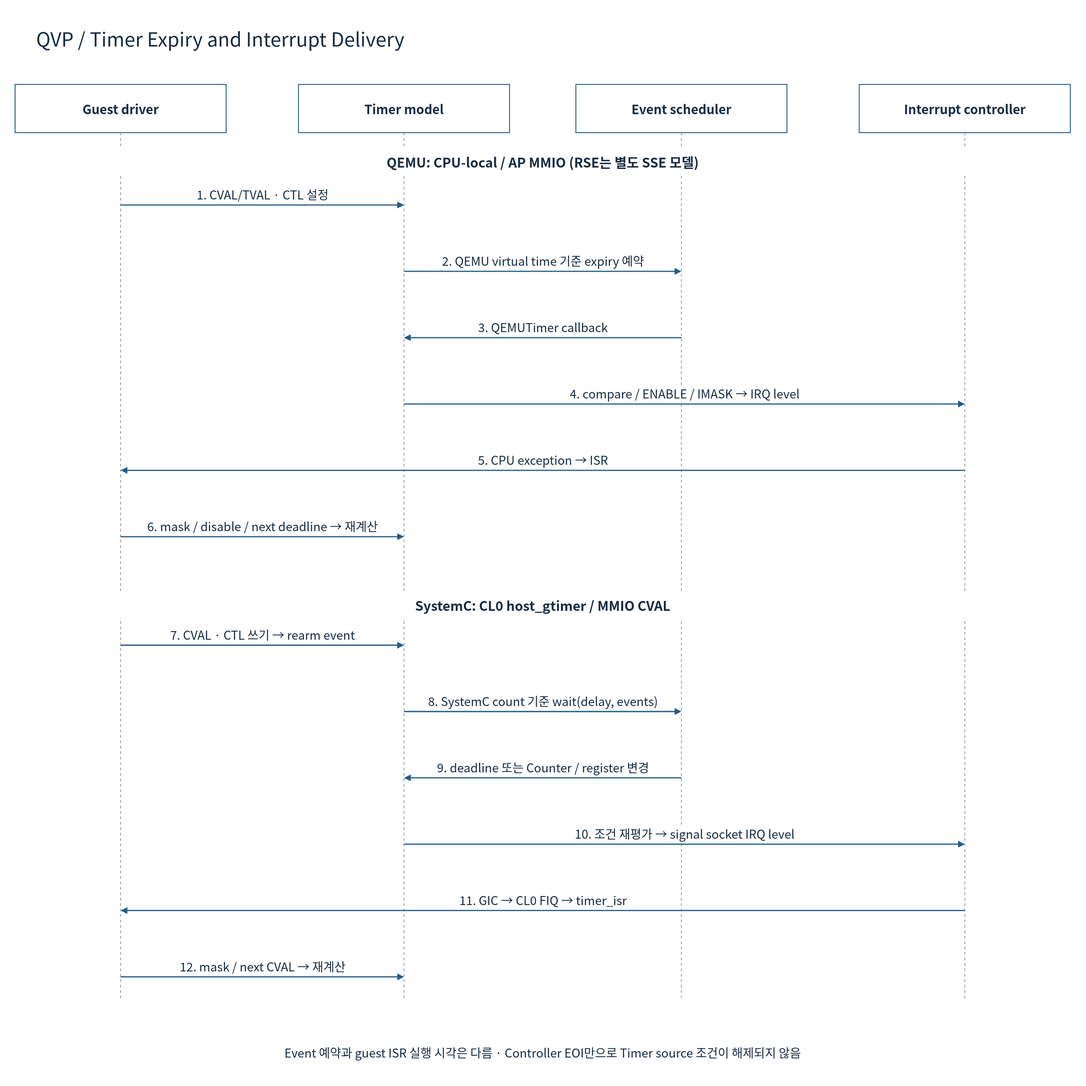
This is doc/phase1/timer/diagrams/03b-timer-expiry.drawio.svg from cometzero/project-apollo, a draw.io export, as it was before one commit. Source tidied: cells renumbered, new cells last; positions are measured from the earlier drawing's top-left corner, leaving out a move shared by most shapes.
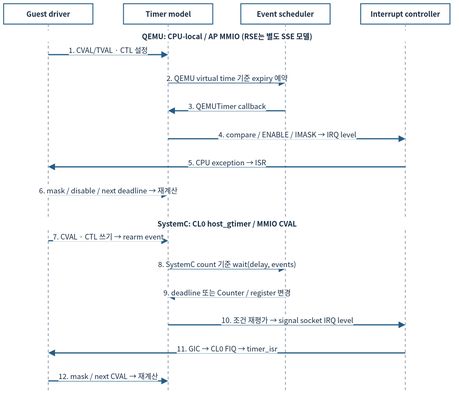
The same file after the commit.

The edit, as a diff of the source:
```diff
@@ -2,140 +2,131 @@
   <root>
     <mxCell id="0" />
     <mxCell id="1" parent="0" />
-    <mxCell id="2" style="rounded=0;whiteSpace=wrap;html=1;fillColor=#FFFFFF;strokeColor=none;strokeWidth=1.5;fontColor=#172C43;fontFamily=Noto Sans CJK KR;fontSize=22;spacing=10;" parent="1" vertex="1">
-      <mxGeometry width="1800" height="1800" as="geometry" />
-    </mxCell>
-    <mxCell id="3" value="QVP / Timer Expiry and Interrupt Delivery" style="rounded=0;whiteSpace=wrap;html=1;fillColor=#FFFFFF;strokeColor=none;strokeWidth=1.5;fontColor=#172C43;fontFamily=Noto Sans CJK KR;fontSize=22;spacing=10;fontSize=32;align=left;" parent="1" vertex="1">
-      <mxGeometry x="50" y="30" width="1700" height="65" as="geometry" />
-    </mxCell>
-    <mxCell id="4" value="Guest driver" style="rounded=0;whiteSpace=wrap;html=1;fillColor=#FFFFFF;strokeColor=#235D86;strokeWidth=1.5;fontColor=#172C43;fontFamily=Noto Sans CJK KR;fontSize=22;spacing=10;fontStyle=1;fontSize=21;" parent="1" vertex="1">
-      <mxGeometry x="25" y="140" width="350" height="80" as="geometry" />
+    <mxCell id="4" value="Guest driver" style="rounded=0;whiteSpace=wrap;html=1;fillColor=#FFFFFF;strokeColor=#235D86;strokeWidth=1.5;fontColor=#172C43;fontFamily=Noto Sans CJK KR;fontStyle=1;fontSize=12;spacing=3;whiteSpace=wrap;" parent="1" vertex="1">
+      <mxGeometry x="12" y="12" width="148" height="33.8" as="geometry" />
     </mxCell>
-    <mxCell id="5" style="endArrow=none;dashed=1;strokeColor=#94A3B8;strokeWidth=1.5;" parent="1" edge="1">
+    <mxCell id="5" style="endArrow=none;dashed=1;strokeColor=#94A3B8;strokeWidth=1.5;fontSize=12;spacing=3;whiteSpace=nowrap;" parent="1" edge="1">
       <mxGeometry relative="1" as="geometry">
-        <mxPoint x="200" y="220" as="sourcePoint" />
-        <mxPoint x="200" y="1660" as="targetPoint" />
+        <mxPoint x="86" y="45.8" as="sourcePoint" />
+        <mxPoint x="86" y="654.7" as="targetPoint" />
       </mxGeometry>
     </mxCell>
-    <mxCell id="6" value="Timer model" style="rounded=0;whiteSpace=wrap;html=1;fillColor=#FFFFFF;strokeColor=#235D86;strokeWidth=1.5;fontColor=#172C43;fontFamily=Noto Sans CJK KR;fontSize=22;spacing=10;fontStyle=1;fontSize=21;" parent="1" vertex="1">
-      <mxGeometry x="495" y="140" width="350" height="80" as="geometry" />
+    <mxCell id="6" value="Timer model" style="rounded=0;whiteSpace=wrap;html=1;fillColor=#FFFFFF;strokeColor=#235D86;strokeWidth=1.5;fontColor=#172C43;fontFamily=Noto Sans CJK KR;fontStyle=1;fontSize=12;spacing=3;whiteSpace=wrap;" parent="1" vertex="1">
+      <mxGeometry x="210.7" y="12" width="148" height="33.8" as="geometry" />
     </mxCell>
-    <mxCell id="7" style="endArrow=none;dashed=1;strokeColor=#94A3B8;strokeWidth=1.5;" parent="1" edge="1">
+    <mxCell id="7" style="endArrow=none;dashed=1;strokeColor=#94A3B8;strokeWidth=1.5;fontSize=12;spacing=3;whiteSpace=nowrap;" parent="1" edge="1">
       <mxGeometry relative="1" as="geometry">
-        <mxPoint x="670" y="220" as="sourcePoint" />
-        <mxPoint x="670" y="1660" as="targetPoint" />
+        <mxPoint x="284.7" y="45.8" as="sourcePoint" />
+        <mxPoint x="284.7" y="654.7" as="targetPoint" />
       </mxGeometry>
     </mxCell>
-    <mxCell id="8" value="Event scheduler" style="rounded=0;whiteSpace=wrap;html=1;fillColor=#FFFFFF;strokeColor=#235D86;strokeWidth=1.5;fontColor=#172C43;fontFamily=Noto Sans CJK KR;fontSize=22;spacing=10;fontStyle=1;fontSize=21;" parent="1" vertex="1">
-      <mxGeometry x="955" y="140" width="350" height="80" as="geometry" />
+    <mxCell id="8" value="Event scheduler" style="rounded=0;whiteSpace=wrap;html=1;fillColor=#FFFFFF;strokeColor=#235D86;strokeWidth=1.5;fontColor=#172C43;fontFamily=Noto Sans CJK KR;fontStyle=1;fontSize=12;spacing=3;whiteSpace=wrap;" parent="1" vertex="1">
+      <mxGeometry x="405.3" y="12" width="148" height="33.8" as="geometry" />
     </mxCell>
-    <mxCell id="9" style="endArrow=none;dashed=1;strokeColor=#94A3B8;strokeWidth=1.5;" parent="1" edge="1">
+    <mxCell id="9" style="endArrow=none;dashed=1;strokeColor=#94A3B8;strokeWidth=1.5;fontSize=12;spacing=3;whiteSpace=nowrap;" parent="1" edge="1">
       <mxGeometry relative="1" as="geometry">
-        <mxPoint x="1130" y="220" as="sourcePoint" />
-        <mxPoint x="1130" y="1660" as="targetPoint" />
+        <mxPoint x="479.3" y="45.8" as="sourcePoint" />
+        <mxPoint x="479.3" y="654.7" as="targetPoint" />
       </mxGeometry>
     </mxCell>
-    <mxCell id="10" value="Interrupt controller" style="rounded=0;whiteSpace=wrap;html=1;fillColor=#FFFFFF;strokeColor=#235D86;strokeWidth=1.5;fontColor=#172C43;fontFamily=Noto Sans CJK KR;fontSize=22;spacing=10;fontStyle=1;fontSize=21;" parent="1" vertex="1">
-      <mxGeometry x="1425" y="140" width="350" height="80" as="geometry" />
+    <mxCell id="10" value="Interrupt controller" style="rounded=0;whiteSpace=wrap;html=1;fillColor=#FFFFFF;strokeColor=#235D86;strokeWidth=1.5;fontColor=#172C43;fontFamily=Noto Sans CJK KR;fontStyle=1;fontSize=12;spacing=3;whiteSpace=wrap;" parent="1" vertex="1">
+      <mxGeometry x="604" y="12" width="148" height="33.8" as="geometry" />
     </mxCell>
-    <mxCell id="11" style="endArrow=none;dashed=1;strokeColor=#94A3B8;strokeWidth=1.5;" parent="1" edge="1">
+    <mxCell id="11" style="endArrow=none;dashed=1;strokeColor=#94A3B8;strokeWidth=1.5;fontSize=12;spacing=3;whiteSpace=nowrap;" parent="1" edge="1">
       <mxGeometry relative="1" as="geometry">
-        <mxPoint x="1600" y="220" as="sourcePoint" />
-        <mxPoint x="1600" y="1660" as="targetPoint" />
+        <mxPoint x="678" y="45.8" as="sourcePoint" />
+        <mxPoint x="678" y="654.7" as="targetPoint" />
       </mxGeometry>
     </mxCell>
-    <mxCell id="12" value="QEMU: CPU-local / AP MMIO (RSE는 별도 SSE 모델)" style="rounded=0;whiteSpace=wrap;html=1;fillColor=#FFFFFF;strokeColor=none;strokeWidth=1.5;fontColor=#172C43;fontFamily=Noto Sans CJK KR;fontSize=22;spacing=10;fontStyle=1;" parent="1" vertex="1">
-      <mxGeometry x="50" y="245" width="1700" height="45" as="geometry" />
+    <mxCell id="12" value="QEMU: CPU-local / AP MMIO (RSE는 별도 SSE 모델)" style="rounded=0;whiteSpace=wrap;html=1;fillColor=#FFFFFF;strokeColor=none;strokeWidth=1.5;fontColor=#172C43;fontFamily=Noto Sans CJK KR;fontStyle=1;fontSize=12;spacing=3;whiteSpace=wrap;" parent="1" vertex="1">
+      <mxGeometry x="22.6" y="56.4" width="718.9" height="19" as="geometry" />
     </mxCell>
-    <mxCell id="13" value="1. CVAL/TVAL · CTL 설정" style="edgeStyle=none;html=1;endArrow=block;endFill=1;strokeColor=#235D86;strokeWidth=2;fontColor=#172C43;fontFamily=Noto Sans CJK KR;fontSize=20;labelBackgroundColor=#FFFFFF;" parent="1" edge="1">
+    <mxCell id="13" value="1. CVAL/TVAL · CTL 설정" style="edgeStyle=none;html=1;endArrow=block;endFill=1;strokeColor=#235D86;strokeWidth=2;fontColor=#172C43;fontFamily=Noto Sans CJK KR;labelBackgroundColor=#FFFFFF;fontSize=12;spacing=3;whiteSpace=nowrap;" parent="1" edge="1">
       <mxGeometry relative="1" as="geometry">
-        <mxPoint x="200" y="340" as="sourcePoint" />
-        <mxPoint x="670" y="340" as="targetPoint" />
-        <mxPoint y="-18" as="offset" />
+        <mxPoint x="86" y="96.6" as="sourcePoint" />
+        <mxPoint x="284.7" y="96.6" as="targetPoint" />
+        <mxPoint y="-7.6" as="offset" />
       </mxGeometry>
     </mxCell>
-    <mxCell id="14" value="2. QEMU virtual time 기준 expiry 예약" style="edgeStyle=none;html=1;endArrow=block;endFill=1;strokeColor=#235D86;strokeWidth=2;fontColor=#172C43;fontFamily=Noto Sans CJK KR;fontSize=20;labelBackgroundColor=#FFFFFF;" parent="1" edge="1">
+    <mxCell id="14" value="2. QEMU virtual time 기준 expiry 예약" style="edgeStyle=none;html=1;endArrow=block;endFill=1;strokeColor=#235D86;strokeWidth=2;fontColor=#172C43;fontFamily=Noto Sans CJK KR;labelBackgroundColor=#FFFFFF;fontSize=12;spacing=3;whiteSpace=nowrap;" parent="1" edge="1">
       <mxGeometry relative="1" as="geometry">
-        <mxPoint x="670" y="450" as="sourcePoint" />
-        <mxPoint x="1130" y="450" as="targetPoint" />
-        <mxPoint y="-18" as="offset" />
+        <mxPoint x="284.7" y="143.1" as="sourcePoint" />
+        <mxPoint x="479.3" y="143.1" as="targetPoint" />
+        <mxPoint y="-7.6" as="offset" />
       </mxGeometry>
     </mxCell>
-    <mxCell id="15" value="3. QEMUTimer callback" style="edgeStyle=none;html=1;endArrow=block;endFill=1;strokeColor=#235D86;strokeWidth=2;fontColor=#172C43;fontFamily=Noto Sans CJK KR;fontSize=20;labelBackgroundColor=#FFFFFF;" parent="1" edge="1">
+    <mxCell id="15" value="3. QEMUTimer callback" style="edgeStyle=none;html=1;endArrow=block;endFill=1;strokeColor=#235D86;strokeWidth=2;fontColor=#172C43;fontFamily=Noto Sans CJK KR;labelBackgroundColor=#FFFFFF;fontSize=12;spacing=3;whiteSpace=nowrap;" parent="1" edge="1">
       <mxGeometry relative="1" as="geometry">
-        <mxPoint x="1130" y="560" as="sourcePoint" />
-        <mxPoint x="670" y="560" as="targetPoint" />
-        <mxPoint y="-18" as="offset" />
+        <mxPoint x="479.3" y="189.6" as="sourcePoint" />
+        <mxPoint x="284.7" y="189.6" as="targetPoint" />
+        <mxPoint y="-7.6" as="offset" />
       </mxGeometry>
     </mxCell>
-    <mxCell id="16" value="4. compare / ENABLE / IMASK → IRQ level" style="edgeStyle=none;html=1;endArrow=block;endFill=1;strokeColor=#235D86;strokeWidth=2;fontColor=#172C43;fontFamily=Noto Sans CJK KR;fontSize=20;labelBackgroundColor=#FFFFFF;" parent="1" edge="1">
+    <mxCell id="16" value="4. compare / ENABLE / IMASK → IRQ level" style="edgeStyle=none;html=1;endArrow=block;endFill=1;strokeColor=#235D86;strokeWidth=2;fontColor=#172C43;fontFamily=Noto Sans CJK KR;labelBackgroundColor=#FFFFFF;fontSize=12;spacing=3;whiteSpace=nowrap;" parent="1" edge="1">
       <mxGeometry relative="1" as="geometry">
-        <mxPoint x="670" y="670" as="sourcePoint" />
-        <mxPoint x="1600" y="670" as="targetPoint" />
-        <mxPoint y="-18" as="offset" />
+        <mxPoint x="284.7" y="236.1" as="sourcePoint" />
+        <mxPoint x="678" y="236.1" as="targetPoint" />
+        <mxPoint y="-7.6" as="offset" />
       </mxGeometry>
     </mxCell>
-    <mxCell id="17" value="5. CPU exception → ISR" style="edgeStyle=none;html=1;endArrow=block;endFill=1;strokeColor=#235D86;strokeWidth=2;fontColor=#172C43;fontFamily=Noto Sans CJK KR;fontSize=20;labelBackgroundColor=#FFFFFF;" parent="1" edge="1">
+    <mxCell id="17" value="5. CPU exception → ISR" style="edgeStyle=none;html=1;endArrow=block;endFill=1;strokeColor=#235D86;strokeWidth=2;fontColor=#172C43;fontFamily=Noto Sans CJK KR;labelBackgroundColor=#FFFFFF;fontSize=12;spacing=3;whiteSpace=nowrap;" parent="1" edge="1">
       <mxGeometry relative="1" as="geometry">
-        <mxPoint x="1600" y="780" as="sourcePoint" />
-        <mxPoint x="200" y="780" as="targetPoint" />
-        <mxPoint y="-18" as="offset" />
+        <mxPoint x="678" y="282.6" as="sourcePoint" />
+        <mxPoint x="86" y="282.6" as="targetPoint" />
+        <mxPoint y="-7.6" as="offset" />
       </mxGeometry>
     </mxCell>
-    <mxCell id="18" value="6. mask / disable / next deadline → 재계산" style="edgeStyle=none;html=1;endArrow=block;endFill=1;strokeColor=#235D86;strokeWidth=2;fontColor=#172C43;fontFamily=Noto Sans CJK KR;fontSize=20;labelBackgroundColor=#FFFFFF;" parent="1" edge="1">
+    <mxCell id="18" value="6. mask / disable / next deadline → 재계산" style="edgeStyle=none;html=1;endArrow=block;endFill=1;strokeColor=#235D86;strokeWidth=2;fontColor=#172C43;fontFamily=Noto Sans CJK KR;labelBackgroundColor=#FFFFFF;fontSize=12;spacing=3;whiteSpace=nowrap;" parent="1" edge="1">
       <mxGeometry relative="1" as="geometry">
-        <mxPoint x="200" y="890" as="sourcePoint" />
-        <mxPoint x="670" y="890" as="targetPoint" />
-        <mxPoint y="-18" as="offset" />
+        <mxPoint x="86" y="329.1" as="sourcePoint" />
+        <mxPoint x="284.7" y="329.1" as="targetPoint" />
+        <mxPoint y="-7.6" as="offset" />
       </mxGeometry>
     </mxCell>
-    <mxCell id="19" value="SystemC: CL0 host_gtimer / MMIO CVAL" style="rounded=0;whiteSpace=wrap;html=1;fillColor=#FFFFFF;strokeColor=none;strokeWidth=1.5;fontColor=#172C43;fontFamily=Noto Sans CJK KR;fontSize=22;spacing=10;fontStyle=1;" parent="1" vertex="1">
-      <mxGeometry x="50" y="980" width="1700" height="45" as="geometry" />
+    <mxCell id="19" value="SystemC: CL0 host_gtimer / MMIO CVAL" style="rounded=0;whiteSpace=wrap;html=1;fillColor=#FFFFFF;strokeColor=none;strokeWidth=1.5;fontColor=#172C43;fontFamily=Noto Sans CJK KR;fontStyle=1;fontSize=12;spacing=3;whiteSpace=wrap;" parent="1" vertex="1">
+      <mxGeometry x="22.6" y="367.2" width="718.9" height="19" as="geometry" />
     </mxCell>
-    <mxCell id="20" value="7. CVAL · CTL 쓰기 → rearm event" style="edgeStyle=none;html=1;endArrow=block;endFill=1;strokeColor=#235D86;strokeWidth=2;fontColor=#172C43;fontFamily=Noto Sans CJK KR;fontSize=20;labelBackgroundColor=#FFFFFF;" parent="1" edge="1">
+    <mxCell id="20" value="7. CVAL · CTL 쓰기 → rearm event" style="edgeStyle=none;html=1;endArrow=block;endFill=1;strokeColor=#235D86;strokeWidth=2;fontColor=#172C43;fontFamily=Noto Sans CJK KR;labelBackgroundColor=#FFFFFF;fontSize=12;spacing=3;whiteSpace=nowrap;" parent="1" edge="1">
       <mxGeometry relative="1" as="geometry">
-        <mxPoint x="200" y="1070" as="sourcePoint" />
-        <mxPoint x="670" y="1070" as="targetPoint" />
-        <mxPoint y="-18" as="offset" />
+        <mxPoint x="86" y="405.3" as="sourcePoint" />
+        <mxPoint x="284.7" y="405.3" as="targetPoint" />
+        <mxPoint y="-7.6" as="offset" />
       </mxGeometry>
     </mxCell>
-    <mxCell id="21" value="8. SystemC count 기준 wait(delay, events)" style="edgeStyle=none;html=1;endArrow=block;endFill=1;strokeColor=#235D86;strokeWidth=2;fontColor=#172C43;fontFamily=Noto Sans CJK KR;fontSize=20;labelBackgroundColor=#FFFFFF;" parent="1" edge="1">
+    <mxCell id="21" value="8. SystemC count 기준 wait(delay, events)" style="edgeStyle=none;html=1;endArrow=block;endFill=1;strokeColor=#235D86;strokeWidth=2;fontColor=#172C43;fontFamily=Noto Sans CJK KR;labelBackgroundColor=#FFFFFF;fontSize=12;spacing=3;whiteSpace=nowrap;" parent="1" edge="1">
       <mxGeometry relative="1" as="geometry">
-        <mxPoint x="670" y="1180" as="sourcePoint" />
-        <mxPoint x="1130" y="1180" as="targetPoint" />
-        <mxPoint y="-18" as="offset" />
+        <mxPoint x="284.7" y="451.8" as="sourcePoint" />
+        <mxPoint x="479.3" y="451.8" as="targetPoint" />
+        <mxPoint y="-7.6" as="offset" />
       </mxGeometry>
     </mxCell>
-    <mxCell id="22" value="9. deadline 또는 Counter / register 변경" style="edgeStyle=none;html=1;endArrow=block;endFill=1;strokeColor=#235D86;strokeWidth=2;fontColor=#172C43;fontFamily=Noto Sans CJK KR;fontSize=20;labelBackgroundColor=#FFFFFF;" parent="1" edge="1">
+    <mxCell id="22" value="9. deadline 또는 Counter / register 변경" style="edgeStyle=none;html=1;endArrow=block;endFill=1;strokeColor=#235D86;strokeWidth=2;fontColor=#172C43;fontFamily=Noto Sans CJK KR;labelBackgroundColor=#FFFFFF;fontSize=12;spacing=3;whiteSpace=nowrap;" parent="1" edge="1">
       <mxGeometry relative="1" as="geometry">
-        <mxPoint x="1130" y="1290" as="sourcePoint" />
-        <mxPoint x="670" y="1290" as="targetPoint" />
-        <mxPoint y="-18" as="offset" />
+        <mxPoint x="479.3" y="498.3" as="sourcePoint" />
+        <mxPoint x="284.7" y="498.3" as="targetPoint" />
+        <mxPoint y="-7.6" as="offset" />
       </mxGeometry>
     </mxCell>
-    <mxCell id="23" value="10. 조건 재평가 → signal socket IRQ level" style="edgeStyle=none;html=1;endArrow=block;endFill=1;strokeColor=#235D86;strokeWidth=2;fontColor=#172C43;fontFamily=Noto Sans CJK KR;fontSize=20;labelBackgroundColor=#FFFFFF;" parent="1" edge="1">
+    <mxCell id="23" value="10. 조건 재평가 → signal socket IRQ level" style="edgeStyle=none;html=1;endArrow=block;endFill=1;strokeColor=#235D86;strokeWidth=2;fontColor=#172C43;fontFamily=Noto Sans CJK KR;labelBackgroundColor=#FFFFFF;fontSize=12;spacing=3;whiteSpace=nowrap;" parent="1" edge="1">
       <mxGeometry relative="1" as="geometry">
-        <mxPoint x="670" y="1400" as="sourcePoint" />
-        <mxPoint x="1600" y="1400" as="targetPoint" />
-        <mxPoint y="-18" as="offset" />
+        <mxPoint x="284.7" y="544.8" as="sourcePoint" />
+        <mxPoint x="678" y="544.8" as="targetPoint" />
+        <mxPoint y="-7.6" as="offset" />
       </mxGeometry>
     </mxCell>
-    <mxCell id="24" value="11. GIC → CL0 FIQ → timer_isr" style="edgeStyle=none;html=1;endArrow=block;endFill=1;strokeColor=#235D86;strokeWidth=2;fontColor=#172C43;fontFamily=Noto Sans CJK KR;fontSize=20;labelBackgroundColor=#FFFFFF;" parent="1" edge="1">
+    <mxCell id="24" value="11. GIC → CL0 FIQ → timer_isr" style="edgeStyle=none;html=1;endArrow=block;endFill=1;strokeColor=#235D86;strokeWidth=2;fontColor=#172C43;fontFamily=Noto Sans CJK KR;labelBackgroundColor=#FFFFFF;fontSize=12;spacing=3;whiteSpace=nowrap;" parent="1" edge="1">
       <mxGeometry relative="1" as="geometry">
-        <mxPoint x="1600" y="1510" as="sourcePoint" />
-        <mxPoint x="200" y="1510" as="targetPoint" />
-        <mxPoint y="-18" as="offset" />
+        <mxPoint x="678" y="591.3" as="sourcePoint" />
+        <mxPoint x="86" y="591.3" as="targetPoint" />
+        <mxPoint y="-7.6" as="offset" />
       </mxGeometry>
     </mxCell>
-    <mxCell id="25" value="12. mask / next CVAL → 재계산" style="edgeStyle=none;html=1;endArrow=block;endFill=1;strokeColor=#235D86;strokeWidth=2;fontColor=#172C43;fontFamily=Noto Sans CJK KR;fontSize=20;labelBackgroundColor=#FFFFFF;" parent="1" edge="1">
+    <mxCell id="25" value="12. mask / next CVAL → 재계산" style="edgeStyle=none;html=1;endArrow=block;endFill=1;strokeColor=#235D86;strokeWidth=2;fontColor=#172C43;fontFamily=Noto Sans CJK KR;labelBackgroundColor=#FFFFFF;fontSize=12;spacing=3;whiteSpace=nowrap;" parent="1" edge="1">
       <mxGeometry relative="1" as="geometry">
-        <mxPoint x="200" y="1620" as="sourcePoint" />
-        <mxPoint x="670" y="1620" as="targetPoint" />
-        <mxPoint y="-18" as="offset" />
+        <mxPoint x="86" y="637.8" as="sourcePoint" />
+        <mxPoint x="284.7" y="637.8" as="targetPoint" />
+        <mxPoint y="-7.6" as="offset" />
       </mxGeometry>
     </mxCell>
-    <mxCell id="26" value="Event 예약과 guest ISR 실행 시각은 다름 · Controller EOI만으로 Timer source 조건이 해제되지 않음" style="rounded=0;whiteSpace=wrap;html=1;fillColor=#FFFFFF;strokeColor=none;strokeWidth=1.5;fontColor=#172C43;fontFamily=Noto Sans CJK KR;fontSize=22;spacing=10;fontSize=20;" parent="1" vertex="1">
-      <mxGeometry x="50" y="1720" width="1700" height="50" as="geometry" />
-    </mxCell>
   </root>
 </mxGraphModel>
```
